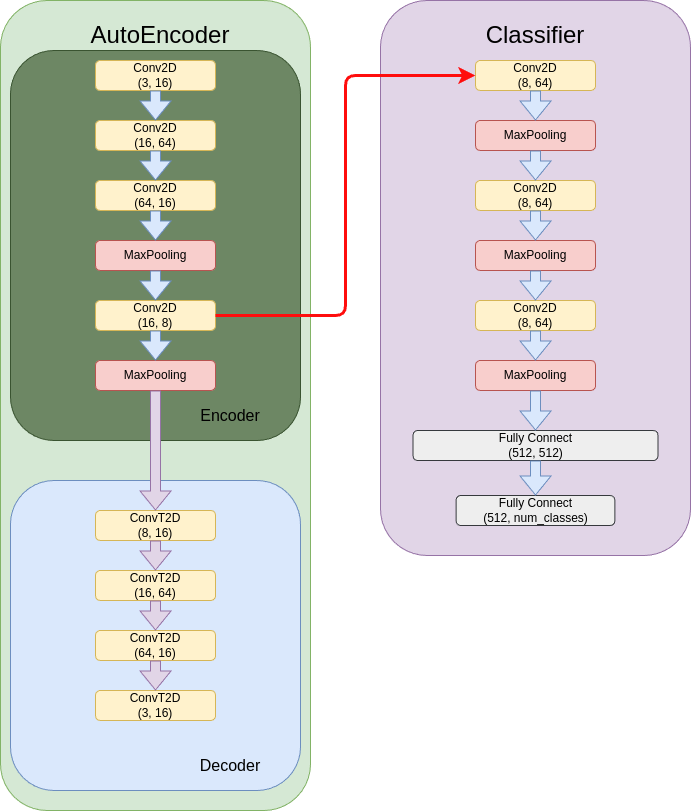
Above: img/AGC_model.png in wuyiulin/AGC (draw.io), before the change. Source tidied: cells renumbered, new cells last; positions are measured from the earlier drawing's top-left corner, leaving out a move shared by most shapes. The source it was exported from:
```xml
<mxGraphModel>
  <root>
    <mxCell id="0" />
    <mxCell id="1" parent="0" />
    <mxCell id="2" style="rounded=1;whiteSpace=wrap;html=1;fillColor=#d5e8d4;strokeColor=#82b366;" parent="1" vertex="1">
      <mxGeometry width="310" height="810" as="geometry" />
    </mxCell>
    <mxCell id="3" style="rounded=1;whiteSpace=wrap;html=1;fillColor=#6d8764;fontColor=#ffffff;strokeColor=#3A5431;" parent="1" vertex="1">
      <mxGeometry x="10" y="50" width="290" height="390" as="geometry" />
    </mxCell>
    <mxCell id="4" value="Conv2D&lt;div&gt;(3, 16)&lt;/div&gt;" style="rounded=1;whiteSpace=wrap;html=1;fillColor=#fff2cc;strokeColor=#d6b656;" parent="1" vertex="1">
      <mxGeometry x="95" y="60" width="120" height="30" as="geometry" />
    </mxCell>
    <mxCell id="5" value="Conv2D&lt;div&gt;(16, 64)&lt;/div&gt;" style="rounded=1;whiteSpace=wrap;html=1;fillColor=#fff2cc;strokeColor=#d6b656;" parent="1" vertex="1">
      <mxGeometry x="95" y="120" width="120" height="30" as="geometry" />
    </mxCell>
    <mxCell id="6" value="Conv2D&lt;div&gt;(64, 16)&lt;/div&gt;" style="rounded=1;whiteSpace=wrap;html=1;fillColor=#fff2cc;strokeColor=#d6b656;" parent="1" vertex="1">
      <mxGeometry x="95" y="180" width="120" height="30" as="geometry" />
    </mxCell>
    <mxCell id="7" value="Conv2D&lt;div&gt;(16, 8)&lt;/div&gt;" style="rounded=1;whiteSpace=wrap;html=1;fillColor=#fff2cc;strokeColor=#d6b656;" parent="1" vertex="1">
      <mxGeometry x="95" y="300" width="120" height="30" as="geometry" />
    </mxCell>
    <mxCell id="8" value="MaxPooling" style="rounded=1;whiteSpace=wrap;html=1;fillColor=#f8cecc;strokeColor=#b85450;" parent="1" vertex="1">
      <mxGeometry x="95" y="240" width="120" height="30" as="geometry" />
    </mxCell>
    <mxCell id="9" value="MaxPooling" style="rounded=1;whiteSpace=wrap;html=1;fillColor=#f8cecc;strokeColor=#b85450;" parent="1" vertex="1">
      <mxGeometry x="95" y="360" width="120" height="30" as="geometry" />
    </mxCell>
    <mxCell id="10" value="&lt;font style=&quot;font-size: 24px;&quot;&gt;AutoEncoder&lt;/font&gt;" style="text;html=1;align=center;verticalAlign=middle;whiteSpace=wrap;rounded=0;" parent="1" vertex="1">
      <mxGeometry x="70" y="20" width="180" height="30" as="geometry" />
    </mxCell>
    <mxCell id="11" style="shape=flexArrow;endArrow=classic;html=1;rounded=0;entryX=0.5;entryY=0;entryDx=0;entryDy=0;exitX=0.5;exitY=1;exitDx=0;exitDy=0;fillColor=#dae8fc;strokeColor=#6c8ebf;" parent="1" edge="1" source="4" target="5">
      <mxGeometry relative="1" as="geometry" />
    </mxCell>
    <mxCell id="12" style="shape=flexArrow;endArrow=classic;html=1;rounded=0;entryX=0.5;entryY=0;entryDx=0;entryDy=0;fillColor=#dae8fc;strokeColor=#6c8ebf;" parent="1" edge="1" target="6">
      <mxGeometry relative="1" as="geometry">
        <mxPoint x="155" y="150" as="sourcePoint" />
      </mxGeometry>
    </mxCell>
    <mxCell id="13" style="shape=flexArrow;endArrow=classic;html=1;rounded=0;entryX=0.5;entryY=0;entryDx=0;entryDy=0;fillColor=#dae8fc;strokeColor=#6c8ebf;" parent="1" edge="1" source="6" target="8">
      <mxGeometry relative="1" as="geometry" />
    </mxCell>
    <mxCell id="14" style="shape=flexArrow;endArrow=classic;html=1;rounded=0;fillColor=#dae8fc;strokeColor=#6c8ebf;" parent="1" edge="1" source="8" target="7">
      <mxGeometry relative="1" as="geometry" />
    </mxCell>
    <mxCell id="15" style="shape=flexArrow;endArrow=classic;html=1;rounded=0;fillColor=#dae8fc;strokeColor=#6c8ebf;" parent="1" edge="1" source="7" target="9">
      <mxGeometry relative="1" as="geometry" />
    </mxCell>
    <mxCell id="16" value="&lt;font style=&quot;font-size: 16px;&quot;&gt;Encoder&lt;/font&gt;" style="text;html=1;align=center;verticalAlign=middle;whiteSpace=wrap;rounded=0;" parent="1" vertex="1">
      <mxGeometry x="135" y="400" width="190" height="30" as="geometry" />
    </mxCell>
    <mxCell id="17" style="rounded=1;whiteSpace=wrap;html=1;fillColor=#dae8fc;strokeColor=#6c8ebf;" parent="1" vertex="1">
      <mxGeometry x="10" y="480" width="290" height="310" as="geometry" />
    </mxCell>
    <mxCell id="18" value="&lt;font style=&quot;font-size: 16px;&quot;&gt;Decoder&lt;/font&gt;" style="text;html=1;align=center;verticalAlign=middle;whiteSpace=wrap;rounded=0;" parent="1" vertex="1">
      <mxGeometry x="135" y="750" width="190" height="30" as="geometry" />
    </mxCell>
    <mxCell id="19" value="ConvT2D&lt;div&gt;(64, 16)&lt;/div&gt;" style="rounded=1;whiteSpace=wrap;html=1;fillColor=#fff2cc;strokeColor=#d6b656;" parent="1" vertex="1">
      <mxGeometry x="95" y="630" width="120" height="30" as="geometry" />
    </mxCell>
    <mxCell id="20" value="ConvT2D&lt;div&gt;(16, 64)&lt;/div&gt;" style="rounded=1;whiteSpace=wrap;html=1;fillColor=#fff2cc;strokeColor=#d6b656;" parent="1" vertex="1">
      <mxGeometry x="95" y="570" width="120" height="30" as="geometry" />
    </mxCell>
    <mxCell id="21" value="ConvT2D&lt;div&gt;(8, 16)&lt;/div&gt;" style="rounded=1;whiteSpace=wrap;html=1;fillColor=#fff2cc;strokeColor=#d6b656;" parent="1" vertex="1">
      <mxGeometry x="95" y="510" width="120" height="30" as="geometry" />
    </mxCell>
    <mxCell id="22" value="ConvT2D&lt;div&gt;(3, 16)&lt;/div&gt;" style="rounded=1;whiteSpace=wrap;html=1;fillColor=#fff2cc;strokeColor=#d6b656;" parent="1" vertex="1">
      <mxGeometry x="95" y="690" width="120" height="30" as="geometry" />
    </mxCell>
    <mxCell id="23" style="shape=flexArrow;endArrow=classic;html=1;rounded=0;fillColor=#e1d5e7;strokeColor=#9673a6;entryX=0.5;entryY=0;entryDx=0;entryDy=0;exitX=0.5;exitY=1;exitDx=0;exitDy=0;" parent="1" edge="1" source="9" target="21">
      <mxGeometry relative="1" as="geometry" />
    </mxCell>
    <mxCell id="24" style="shape=flexArrow;endArrow=classic;html=1;rounded=0;fillColor=#e1d5e7;strokeColor=#9673a6;entryX=0.5;entryY=0;entryDx=0;entryDy=0;exitX=0.5;exitY=1;exitDx=0;exitDy=0;" parent="1" edge="1" source="21" target="20">
      <mxGeometry relative="1" as="geometry" />
    </mxCell>
    <mxCell id="25" style="shape=flexArrow;endArrow=classic;html=1;rounded=0;fillColor=#e1d5e7;strokeColor=#9673a6;exitX=0.5;exitY=1;exitDx=0;exitDy=0;" parent="1" edge="1" source="20" target="19">
      <mxGeometry relative="1" as="geometry" />
    </mxCell>
    <mxCell id="26" style="shape=flexArrow;endArrow=classic;html=1;rounded=0;fillColor=#e1d5e7;strokeColor=#9673a6;exitX=0.5;exitY=1;exitDx=0;exitDy=0;entryX=0.5;entryY=0;entryDx=0;entryDy=0;" parent="1" edge="1" source="19" target="22">
      <mxGeometry relative="1" as="geometry" />
    </mxCell>
    <mxCell id="27" style="rounded=1;whiteSpace=wrap;html=1;fillColor=#e1d5e7;strokeColor=#9673a6;" parent="1" vertex="1">
      <mxGeometry x="380" width="310" height="555" as="geometry" />
    </mxCell>
    <mxCell id="28" value="&lt;font style=&quot;font-size: 24px;&quot;&gt;Classifier&lt;/font&gt;" style="text;html=1;align=center;verticalAlign=middle;whiteSpace=wrap;rounded=0;" parent="1" vertex="1">
      <mxGeometry x="445" y="20" width="180" height="30" as="geometry" />
    </mxCell>
    <mxCell id="29" value="Conv2D&lt;div&gt;(8, 64)&lt;/div&gt;" style="rounded=1;whiteSpace=wrap;html=1;fillColor=#fff2cc;strokeColor=#d6b656;" parent="1" vertex="1">
      <mxGeometry x="475" y="60" width="120" height="30" as="geometry" />
    </mxCell>
    <mxCell id="30" value="MaxPooling" style="rounded=1;whiteSpace=wrap;html=1;fillColor=#f8cecc;strokeColor=#b85450;" parent="1" vertex="1">
      <mxGeometry x="475" y="120" width="120" height="30" as="geometry" />
    </mxCell>
    <mxCell id="31" value="Conv2D&lt;div&gt;(8, 64)&lt;/div&gt;" style="rounded=1;whiteSpace=wrap;html=1;fillColor=#fff2cc;strokeColor=#d6b656;" parent="1" vertex="1">
      <mxGeometry x="475" y="180" width="120" height="30" as="geometry" />
    </mxCell>
    <mxCell id="32" value="MaxPooling" style="rounded=1;whiteSpace=wrap;html=1;fillColor=#f8cecc;strokeColor=#b85450;" parent="1" vertex="1">
      <mxGeometry x="475" y="240" width="120" height="30" as="geometry" />
    </mxCell>
    <mxCell id="33" value="Conv2D&lt;div&gt;(8, 64)&lt;/div&gt;" style="rounded=1;whiteSpace=wrap;html=1;fillColor=#fff2cc;strokeColor=#d6b656;" parent="1" vertex="1">
      <mxGeometry x="475" y="300" width="120" height="30" as="geometry" />
    </mxCell>
    <mxCell id="34" value="MaxPooling" style="rounded=1;whiteSpace=wrap;html=1;fillColor=#f8cecc;strokeColor=#b85450;" parent="1" vertex="1">
      <mxGeometry x="475" y="360" width="120" height="30" as="geometry" />
    </mxCell>
    <mxCell id="35" value="Fully Connect&lt;div&gt;(512, 512)&lt;/div&gt;" style="rounded=1;whiteSpace=wrap;html=1;fillColor=#eeeeee;strokeColor=#36393d;" parent="1" vertex="1">
      <mxGeometry x="412.5" y="430" width="245" height="30" as="geometry" />
    </mxCell>
    <mxCell id="36" value="Fully Connect&lt;div&gt;(512, num_classes)&lt;/div&gt;" style="rounded=1;whiteSpace=wrap;html=1;fillColor=#eeeeee;strokeColor=#36393d;" parent="1" vertex="1">
      <mxGeometry x="455.6" y="495" width="158.8" height="30" as="geometry" />
    </mxCell>
    <mxCell id="37" style="shape=flexArrow;endArrow=classic;html=1;rounded=0;exitX=0.5;exitY=1;exitDx=0;exitDy=0;fillColor=#dae8fc;strokeColor=#6c8ebf;" parent="1" edge="1" source="29" target="30">
      <mxGeometry relative="1" as="geometry" />
    </mxCell>
    <mxCell id="38" style="shape=flexArrow;endArrow=classic;html=1;rounded=0;exitX=0.5;exitY=1;exitDx=0;exitDy=0;fillColor=#dae8fc;strokeColor=#6c8ebf;entryX=0.5;entryY=0;entryDx=0;entryDy=0;" parent="1" edge="1" source="30" target="31">
      <mxGeometry relative="1" as="geometry" />
    </mxCell>
    <mxCell id="39" style="shape=flexArrow;endArrow=classic;html=1;rounded=0;exitX=0.5;exitY=1;exitDx=0;exitDy=0;fillColor=#dae8fc;strokeColor=#6c8ebf;" parent="1" edge="1" source="31" target="32">
      <mxGeometry relative="1" as="geometry" />
    </mxCell>
    <mxCell id="40" style="shape=flexArrow;endArrow=classic;html=1;rounded=0;exitX=0.5;exitY=1;exitDx=0;exitDy=0;fillColor=#dae8fc;strokeColor=#6c8ebf;entryX=0.5;entryY=0;entryDx=0;entryDy=0;" parent="1" edge="1" source="32" target="33">
      <mxGeometry relative="1" as="geometry" />
    </mxCell>
    <mxCell id="41" style="shape=flexArrow;endArrow=classic;html=1;rounded=0;exitX=0.5;exitY=1;exitDx=0;exitDy=0;fillColor=#dae8fc;strokeColor=#6c8ebf;entryX=0.5;entryY=0;entryDx=0;entryDy=0;" parent="1" edge="1" source="33" target="34">
      <mxGeometry relative="1" as="geometry" />
    </mxCell>
    <mxCell id="42" style="shape=flexArrow;endArrow=classic;html=1;rounded=0;exitX=0.5;exitY=1;exitDx=0;exitDy=0;fillColor=#dae8fc;strokeColor=#6c8ebf;entryX=0.5;entryY=0;entryDx=0;entryDy=0;" parent="1" edge="1" source="34" target="35">
      <mxGeometry relative="1" as="geometry" />
    </mxCell>
    <mxCell id="43" style="shape=flexArrow;endArrow=classic;html=1;rounded=0;exitX=0.5;exitY=1;exitDx=0;exitDy=0;fillColor=#dae8fc;strokeColor=#6c8ebf;" parent="1" edge="1" source="35" target="36">
      <mxGeometry relative="1" as="geometry" />
    </mxCell>
    <mxCell id="44" style="edgeStyle=elbowEdgeStyle;elbow=horizontal;endArrow=classic;html=1;curved=0;rounded=1;endSize=8;startSize=8;exitX=1;exitY=0.5;exitDx=0;exitDy=0;entryX=0;entryY=0.5;entryDx=0;entryDy=0;strokeWidth=3;strokeColor=#FF0D0D;" parent="1" edge="1" source="7" target="29">
      <mxGeometry relative="1" as="geometry" />
    </mxCell>
  </root>
</mxGraphModel>
```
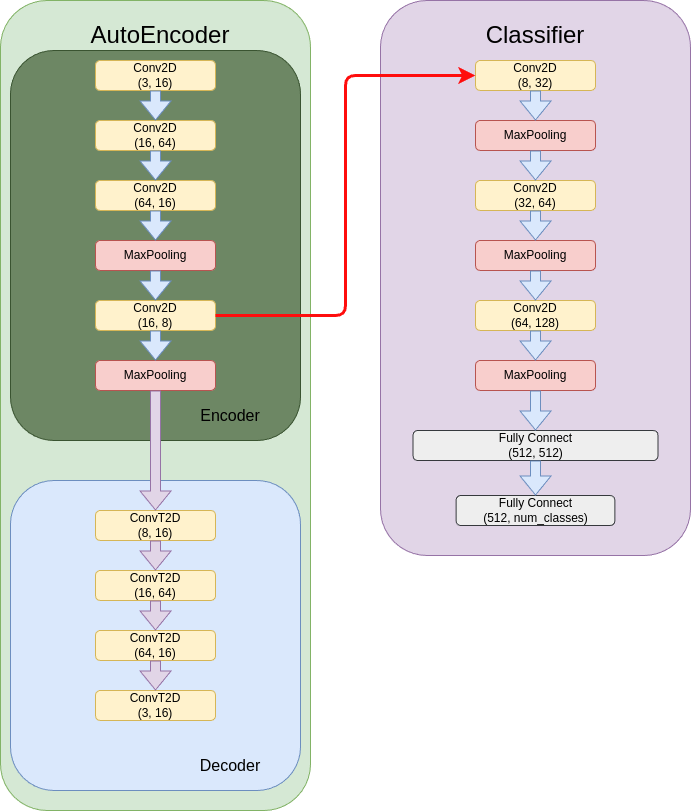
Later version of the same file.

Change to the diagram source:
```diff
@@ -85,19 +85,19 @@
     <mxCell id="28" value="&lt;font style=&quot;font-size: 24px;&quot;&gt;Classifier&lt;/font&gt;" style="text;html=1;align=center;verticalAlign=middle;whiteSpace=wrap;rounded=0;" parent="1" vertex="1">
       <mxGeometry x="445" y="20" width="180" height="30" as="geometry" />
     </mxCell>
-    <mxCell id="29" value="Conv2D&lt;div&gt;(8, 64)&lt;/div&gt;" style="rounded=1;whiteSpace=wrap;html=1;fillColor=#fff2cc;strokeColor=#d6b656;" parent="1" vertex="1">
+    <mxCell id="29" value="Conv2D&lt;div&gt;(8, 32)&lt;/div&gt;" style="rounded=1;whiteSpace=wrap;html=1;fillColor=#fff2cc;strokeColor=#d6b656;" parent="1" vertex="1">
       <mxGeometry x="475" y="60" width="120" height="30" as="geometry" />
     </mxCell>
     <mxCell id="30" value="MaxPooling" style="rounded=1;whiteSpace=wrap;html=1;fillColor=#f8cecc;strokeColor=#b85450;" parent="1" vertex="1">
       <mxGeometry x="475" y="120" width="120" height="30" as="geometry" />
     </mxCell>
-    <mxCell id="31" value="Conv2D&lt;div&gt;(8, 64)&lt;/div&gt;" style="rounded=1;whiteSpace=wrap;html=1;fillColor=#fff2cc;strokeColor=#d6b656;" parent="1" vertex="1">
+    <mxCell id="31" value="Conv2D&lt;div&gt;(32, 64)&lt;/div&gt;" style="rounded=1;whiteSpace=wrap;html=1;fillColor=#fff2cc;strokeColor=#d6b656;" parent="1" vertex="1">
       <mxGeometry x="475" y="180" width="120" height="30" as="geometry" />
     </mxCell>
     <mxCell id="32" value="MaxPooling" style="rounded=1;whiteSpace=wrap;html=1;fillColor=#f8cecc;strokeColor=#b85450;" parent="1" vertex="1">
       <mxGeometry x="475" y="240" width="120" height="30" as="geometry" />
     </mxCell>
-    <mxCell id="33" value="Conv2D&lt;div&gt;(8, 64)&lt;/div&gt;" style="rounded=1;whiteSpace=wrap;html=1;fillColor=#fff2cc;strokeColor=#d6b656;" parent="1" vertex="1">
+    <mxCell id="33" value="Conv2D&lt;div&gt;(64, 128)&lt;/div&gt;" style="rounded=1;whiteSpace=wrap;html=1;fillColor=#fff2cc;strokeColor=#d6b656;" parent="1" vertex="1">
       <mxGeometry x="475" y="300" width="120" height="30" as="geometry" />
     </mxCell>
     <mxCell id="34" value="MaxPooling" style="rounded=1;whiteSpace=wrap;html=1;fillColor=#f8cecc;strokeColor=#b85450;" parent="1" vertex="1">
```
